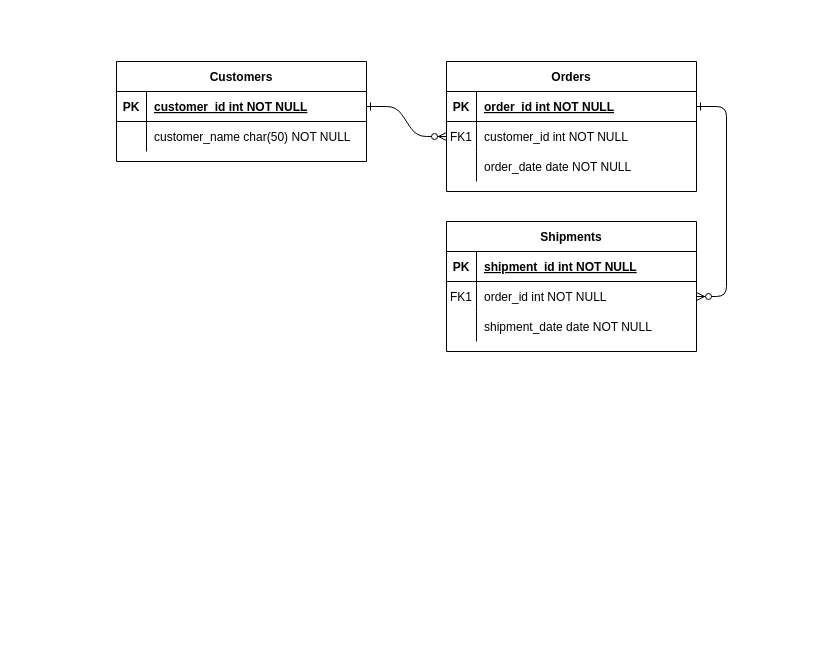
Earlier version of the draw.io diagram Diagrama sem nome.drawio (giubarbieriquagliano/sistemas-operacionais). Source tidied: cells renumbered, new cells numbered last; positions are measured from the earlier drawing's top-left corner, leaving out a move shared by most shapes. Both pictures are drawn from the tidied source at 100%, with x=0, y=0 at pixel (116, 61).
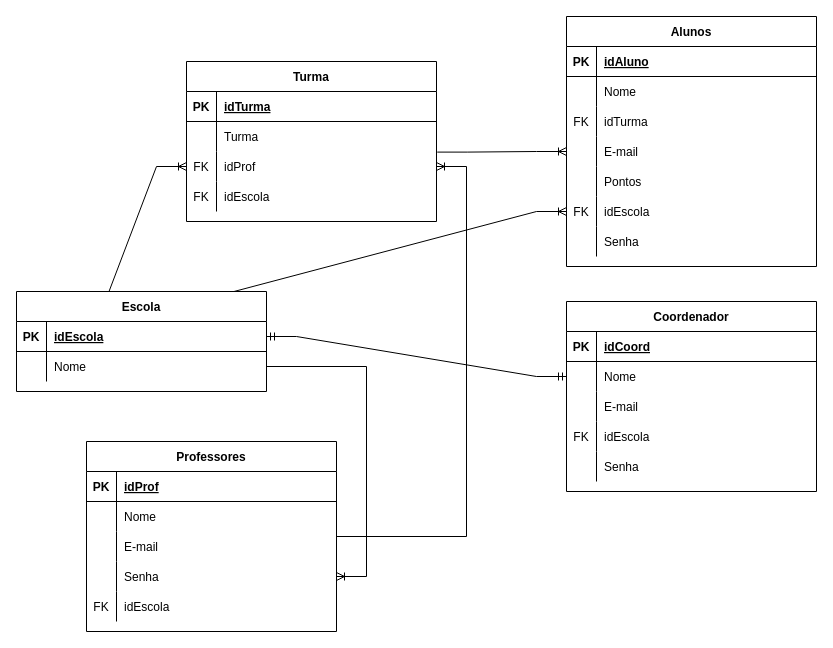
After the change.

Unchanged cells that the change refers to:
```xml
<mxCell id="5" style="shape=partialRectangle;fillColor=none;points=[[0,0.5],[1,0.5]];portConstraint=eastwest;top=0;left=0;right=0;bottom=1;" parent="4" vertex="1">
  <mxGeometry y="30" width="250" height="30" as="geometry" />
</mxCell>
<mxCell id="8" style="shape=partialRectangle;fillColor=none;points=[[0,0.5],[1,0.5]];portConstraint=eastwest;top=0;left=0;right=0;bottom=0;" parent="4" vertex="1">
  <mxGeometry y="60" width="250" height="30" as="geometry" />
</mxCell>
<mxCell id="11" style="shape=partialRectangle;fillColor=none;top=0;left=0;right=0;bottom=0;" parent="4" vertex="1">
  <mxGeometry y="90" width="250" height="30" as="geometry" />
</mxCell>
<mxCell id="15" style="shape=partialRectangle;fillColor=none;top=0;left=0;right=0;bottom=1;" parent="14" vertex="1">
  <mxGeometry y="30" width="250" height="30" as="geometry" />
</mxCell>
<mxCell id="18" style="shape=partialRectangle;fillColor=none;points=[[0,0.5],[1,0.5]];portConstraint=eastwest;top=0;left=0;right=0;bottom=0;" parent="14" vertex="1">
  <mxGeometry y="60" width="250" height="30" as="geometry" />
</mxCell>
<mxCell id="25" style="shape=partialRectangle;fillColor=none;points=[[0,0.5],[1,0.5]];portConstraint=eastwest;top=0;left=0;right=0;bottom=1;" parent="24" vertex="1">
  <mxGeometry y="30" width="250" height="30" as="geometry" />
</mxCell>
<mxCell id="28" style="shape=partialRectangle;fillColor=none;top=0;left=0;right=0;bottom=0;" parent="24" vertex="1">
  <mxGeometry y="60" width="250" height="30" as="geometry" />
</mxCell>
```

Change to the diagram source:
```diff
@@
-    <mxCell id="2" style="edgeStyle=entityRelationEdgeStyle;endArrow=ERzeroToMany;startArrow=ERone;endFill=1;startFill=0;" parent="1" edge="1" source="25" target="8">
-      <mxGeometry relative="1" as="geometry" />
-    </mxCell>
-    <mxCell id="3" style="edgeStyle=entityRelationEdgeStyle;endArrow=ERzeroToMany;startArrow=ERone;endFill=1;startFill=0;" parent="1" edge="1" source="5" target="18">
-      <mxGeometry relative="1" as="geometry" />
-    </mxCell>
-    <mxCell id="4" value="Orders" style="shape=table;startSize=30;childLayout=tableLayout;rowLines=0;fontStyle=1;align=center;" parent="1" vertex="1">
-      <mxGeometry x="330" width="250" height="130" as="geometry" />
+    <mxCell id="4" value="Alunos" style="shape=table;startSize=30;childLayout=tableLayout;rowLines=0;fontStyle=1;align=center;" parent="1" vertex="1">
+      <mxGeometry x="450" y="-45" width="250" height="250" as="geometry" />
     </mxCell>
@@
-    <mxCell id="7" value="order_id int NOT NULL " style="shape=partialRectangle;overflow=hidden;fillColor=none;top=0;left=0;bottom=0;right=0;align=left;spacingLeft=6;fontStyle=5;" parent="5" vertex="1">
+    <mxCell id="7" value="idAluno" style="shape=partialRectangle;overflow=hidden;fillColor=none;top=0;left=0;bottom=0;right=0;align=left;spacingLeft=6;fontStyle=5;" parent="5" vertex="1">
       <mxGeometry x="30" width="220" height="30" as="geometry" />
     </mxCell>
@@
-    <mxCell id="9" value="FK1" style="shape=partialRectangle;overflow=hidden;fillColor=none;top=0;left=0;bottom=0;right=0;" parent="8" vertex="1">
+    <mxCell id="9" style="shape=partialRectangle;overflow=hidden;fillColor=none;top=0;left=0;bottom=0;right=0;" parent="8" vertex="1">
       <mxGeometry width="30" height="30" as="geometry" />
     </mxCell>
-    <mxCell id="10" value="customer_id int NOT NULL" style="shape=partialRectangle;overflow=hidden;fillColor=none;top=0;left=0;bottom=0;right=0;align=left;spacingLeft=6;" parent="8" vertex="1">
+    <mxCell id="10" value="Nome" style="shape=partialRectangle;overflow=hidden;fillColor=none;top=0;left=0;bottom=0;right=0;align=left;spacingLeft=6;" parent="8" vertex="1">
       <mxGeometry x="30" width="220" height="30" as="geometry" />
     </mxCell>
@@
-    <mxCell id="12" style="shape=partialRectangle;overflow=hidden;fillColor=none;top=0;left=0;bottom=0;right=0;" parent="11" vertex="1">
+    <mxCell id="12" value="FK" style="shape=partialRectangle;overflow=hidden;fillColor=none;top=0;left=0;bottom=0;right=0;" parent="11" vertex="1">
       <mxGeometry width="30" height="30" as="geometry" />
     </mxCell>
-    <mxCell id="13" value="order_date date NOT NULL" style="shape=partialRectangle;overflow=hidden;fillColor=none;top=0;left=0;bottom=0;right=0;align=left;spacingLeft=6;" parent="11" vertex="1">
+    <mxCell id="13" value="idTurma" style="shape=partialRectangle;overflow=hidden;fillColor=none;top=0;left=0;bottom=0;right=0;align=left;spacingLeft=6;" parent="11" vertex="1">
       <mxGeometry x="30" width="220" height="30" as="geometry" />
     </mxCell>
+    <mxCell id="31" style="shape=partialRectangle;fillColor=none;points=[[0,0.5],[1,0.5]];portConstraint=eastwest;top=0;left=0;right=0;bottom=0;" parent="4" vertex="1">
+      <mxGeometry y="120" width="250" height="30" as="geometry" />
+    </mxCell>
+    <mxCell id="32" style="shape=partialRectangle;overflow=hidden;fillColor=none;top=0;left=0;bottom=0;right=0;" parent="31" vertex="1">
+      <mxGeometry width="30" height="30" as="geometry" />
+    </mxCell>
+    <mxCell id="33" value="E-mail" style="shape=partialRectangle;overflow=hidden;fillColor=none;top=0;left=0;bottom=0;right=0;align=left;spacingLeft=6;" parent="31" vertex="1">
+      <mxGeometry x="30" width="220" height="30" as="geometry" />
+    </mxCell>
+    <mxCell id="34" style="shape=partialRectangle;fillColor=none;top=0;left=0;right=0;bottom=0;" parent="4" vertex="1">
+      <mxGeometry y="150" width="250" height="30" as="geometry" />
+    </mxCell>
+    <mxCell id="35" style="shape=partialRectangle;overflow=hidden;fillColor=none;top=0;left=0;bottom=0;right=0;" parent="34" vertex="1">
+      <mxGeometry width="30" height="30" as="geometry" />
+    </mxCell>
+    <mxCell id="36" value="Pontos" style="shape=partialRectangle;overflow=hidden;fillColor=none;top=0;left=0;bottom=0;right=0;align=left;spacingLeft=6;" parent="34" vertex="1">
+      <mxGeometry x="30" width="220" height="30" as="geometry" />
+    </mxCell>
+    <mxCell id="37" style="shape=partialRectangle;fillColor=none;points=[[0,0.5],[1,0.5]];portConstraint=eastwest;top=0;left=0;right=0;bottom=0;" parent="4" vertex="1">
+      <mxGeometry y="180" width="250" height="30" as="geometry" />
+    </mxCell>
+    <mxCell id="38" value="FK" style="shape=partialRectangle;overflow=hidden;fillColor=none;top=0;left=0;bottom=0;right=0;" parent="37" vertex="1">
+      <mxGeometry width="30" height="30" as="geometry" />
+    </mxCell>
+    <mxCell id="39" value="idEscola" style="shape=partialRectangle;overflow=hidden;fillColor=none;top=0;left=0;bottom=0;right=0;align=left;spacingLeft=6;" parent="37" vertex="1">
+      <mxGeometry x="30" width="220" height="30" as="geometry" />
+    </mxCell>
+    <mxCell id="40" style="shape=partialRectangle;fillColor=none;top=0;left=0;right=0;bottom=0;" parent="4" vertex="1">
+      <mxGeometry y="210" width="250" height="30" as="geometry" />
+    </mxCell>
+    <mxCell id="41" style="shape=partialRectangle;overflow=hidden;fillColor=none;top=0;left=0;bottom=0;right=0;" parent="40" vertex="1">
+      <mxGeometry width="30" height="30" as="geometry" />
+    </mxCell>
+    <mxCell id="42" value="Senha" style="shape=partialRectangle;overflow=hidden;fillColor=none;top=0;left=0;bottom=0;right=0;align=left;spacingLeft=6;" parent="40" vertex="1">
+      <mxGeometry x="30" width="220" height="30" as="geometry" />
+    </mxCell>
-    <mxCell id="14" value="Shipments" style="shape=table;startSize=30;childLayout=tableLayout;rowLines=0;fontStyle=1;align=center;" parent="1" vertex="1">
-      <mxGeometry x="330" y="160" width="250" height="130" as="geometry" />
+    <mxCell id="14" value="Professores" style="shape=table;startSize=30;childLayout=tableLayout;rowLines=0;fontStyle=1;align=center;" parent="1" vertex="1">
+      <mxGeometry x="-30" y="380" width="250" height="190" as="geometry" />
     </mxCell>
@@
-    <mxCell id="17" value="shipment_id int NOT NULL " style="shape=partialRectangle;overflow=hidden;fillColor=none;top=0;left=0;bottom=0;right=0;align=left;spacingLeft=6;fontStyle=5;" parent="15" vertex="1">
+    <mxCell id="17" value="idProf" style="shape=partialRectangle;overflow=hidden;fillColor=none;top=0;left=0;bottom=0;right=0;align=left;spacingLeft=6;fontStyle=5;" parent="15" vertex="1">
       <mxGeometry x="30" width="220" height="30" as="geometry" />
     </mxCell>
@@
-    <mxCell id="19" value="FK1" style="shape=partialRectangle;overflow=hidden;fillColor=none;top=0;left=0;bottom=0;right=0;" parent="18" vertex="1">
+    <mxCell id="19" style="shape=partialRectangle;overflow=hidden;fillColor=none;top=0;left=0;bottom=0;right=0;" parent="18" vertex="1">
       <mxGeometry width="30" height="30" as="geometry" />
     </mxCell>
-    <mxCell id="20" value="order_id int NOT NULL" style="shape=partialRectangle;overflow=hidden;fillColor=none;top=0;left=0;bottom=0;right=0;align=left;spacingLeft=6;" parent="18" vertex="1">
+    <mxCell id="20" value="Nome" style="shape=partialRectangle;overflow=hidden;fillColor=none;top=0;left=0;bottom=0;right=0;align=left;spacingLeft=6;" parent="18" vertex="1">
       <mxGeometry x="30" width="220" height="30" as="geometry" />
     </mxCell>
-    <mxCell id="21" style="shape=partialRectangle;fillColor=none;top=0;left=0;right=0;bottom=0;" parent="14" vertex="1">
-      <mxGeometry y="90" width="250" height="30" as="geometry" />
-    </mxCell>
-    <mxCell id="22" style="shape=partialRectangle;overflow=hidden;fillColor=none;top=0;left=0;bottom=0;right=0;" parent="21" vertex="1">
-      <mxGeometry width="30" height="30" as="geometry" />
-    </mxCell>
-    <mxCell id="23" value="shipment_date date NOT NULL" style="shape=partialRectangle;overflow=hidden;fillColor=none;top=0;left=0;bottom=0;right=0;align=left;spacingLeft=6;" parent="21" vertex="1">
-      <mxGeometry x="30" width="220" height="30" as="geometry" />
-    </mxCell>
+    <mxCell id="43" style="shape=partialRectangle;fillColor=none;top=0;left=0;right=0;bottom=0;" parent="14" vertex="1">
+      <mxGeometry y="90" width="250" height="30" as="geometry" />
+    </mxCell>
+    <mxCell id="44" style="shape=partialRectangle;overflow=hidden;fillColor=none;top=0;left=0;bottom=0;right=0;" parent="43" vertex="1">
+      <mxGeometry width="30" height="30" as="geometry" />
+    </mxCell>
+    <mxCell id="45" value="E-mail" style="shape=partialRectangle;overflow=hidden;fillColor=none;top=0;left=0;bottom=0;right=0;align=left;spacingLeft=6;" parent="43" vertex="1">
+      <mxGeometry x="30" width="220" height="30" as="geometry" />
+    </mxCell>
+    <mxCell id="46" style="shape=partialRectangle;fillColor=none;points=[[0,0.5],[1,0.5]];portConstraint=eastwest;top=0;left=0;right=0;bottom=0;" parent="14" vertex="1">
+      <mxGeometry y="120" width="250" height="30" as="geometry" />
+    </mxCell>
+    <mxCell id="47" style="shape=partialRectangle;overflow=hidden;fillColor=none;top=0;left=0;bottom=0;right=0;" parent="46" vertex="1">
+      <mxGeometry width="30" height="30" as="geometry" />
+    </mxCell>
+    <mxCell id="48" value="Senha" style="shape=partialRectangle;overflow=hidden;fillColor=none;top=0;left=0;bottom=0;right=0;align=left;spacingLeft=6;" parent="46" vertex="1">
+      <mxGeometry x="30" width="220" height="30" as="geometry" />
+    </mxCell>
+    <mxCell id="49" style="shape=partialRectangle;fillColor=none;top=0;left=0;right=0;bottom=0;" parent="14" vertex="1">
+      <mxGeometry y="150" width="250" height="30" as="geometry" />
+    </mxCell>
+    <mxCell id="50" value="FK" style="shape=partialRectangle;overflow=hidden;fillColor=none;top=0;left=0;bottom=0;right=0;" parent="49" vertex="1">
+      <mxGeometry width="30" height="30" as="geometry" />
+    </mxCell>
+    <mxCell id="51" value="idEscola" style="shape=partialRectangle;overflow=hidden;fillColor=none;top=0;left=0;bottom=0;right=0;align=left;spacingLeft=6;" parent="49" vertex="1">
+      <mxGeometry x="30" width="220" height="30" as="geometry" />
+    </mxCell>
-    <mxCell id="24" value="Customers" style="shape=table;startSize=30;childLayout=tableLayout;rowLines=0;fontStyle=1;align=center;" parent="1" vertex="1">
-      <mxGeometry width="250" height="100" as="geometry" />
+    <mxCell id="24" value="Turma" style="shape=table;startSize=30;childLayout=tableLayout;rowLines=0;fontStyle=1;align=center;" parent="1" vertex="1">
+      <mxGeometry x="70" width="250" height="160" as="geometry" />
     </mxCell>
@@
-    <mxCell id="27" value="customer_id int NOT NULL " style="shape=partialRectangle;overflow=hidden;fillColor=none;top=0;left=0;bottom=0;right=0;align=left;spacingLeft=6;fontStyle=5;" parent="25" vertex="1">
+    <mxCell id="27" value="idTurma" style="shape=partialRectangle;overflow=hidden;fillColor=none;top=0;left=0;bottom=0;right=0;align=left;spacingLeft=6;fontStyle=5;" parent="25" vertex="1">
       <mxGeometry x="30" width="220" height="30" as="geometry" />
     </mxCell>
@@
-    <mxCell id="30" value="customer_name char(50) NOT NULL" style="shape=partialRectangle;overflow=hidden;fillColor=none;top=0;left=0;bottom=0;right=0;align=left;spacingLeft=6;" parent="28" vertex="1">
+    <mxCell id="30" value="Turma" style="shape=partialRectangle;overflow=hidden;fillColor=none;top=0;left=0;bottom=0;right=0;align=left;spacingLeft=6;" parent="28" vertex="1">
       <mxGeometry x="30" width="220" height="30" as="geometry" />
     </mxCell>
+    <mxCell id="52" style="shape=partialRectangle;fillColor=none;points=[[0,0.5],[1,0.5]];portConstraint=eastwest;top=0;left=0;right=0;bottom=0;" parent="24" vertex="1">
+      <mxGeometry y="90" width="250" height="30" as="geometry" />
+    </mxCell>
+    <mxCell id="53" value="FK" style="shape=partialRectangle;overflow=hidden;fillColor=none;top=0;left=0;bottom=0;right=0;" parent="52" vertex="1">
+      <mxGeometry width="30" height="30" as="geometry" />
+    </mxCell>
+    <mxCell id="54" value="idProf" style="shape=partialRectangle;overflow=hidden;fillColor=none;top=0;left=0;bottom=0;right=0;align=left;spacingLeft=6;" parent="52" vertex="1">
+      <mxGeometry x="30" width="220" height="30" as="geometry" />
+    </mxCell>
+    <mxCell id="55" style="shape=partialRectangle;fillColor=none;top=0;left=0;right=0;bottom=0;" parent="24" vertex="1">
+      <mxGeometry y="120" width="250" height="30" as="geometry" />
+    </mxCell>
+    <mxCell id="56" value="FK" style="shape=partialRectangle;overflow=hidden;fillColor=none;top=0;left=0;bottom=0;right=0;" parent="55" vertex="1">
+      <mxGeometry width="30" height="30" as="geometry" />
+    </mxCell>
+    <mxCell id="57" value="idEscola" style="shape=partialRectangle;overflow=hidden;fillColor=none;top=0;left=0;bottom=0;right=0;align=left;spacingLeft=6;" parent="55" vertex="1">
+      <mxGeometry x="30" width="220" height="30" as="geometry" />
+    </mxCell>
+    <mxCell id="58" value="Coordenador" style="shape=table;startSize=30;childLayout=tableLayout;rowLines=0;fontStyle=1;align=center;" parent="1" vertex="1">
+      <mxGeometry x="450" y="240" width="250" height="190" as="geometry" />
+    </mxCell>
+    <mxCell id="59" style="shape=partialRectangle;fillColor=none;top=0;left=0;right=0;bottom=1;" parent="58" vertex="1">
+      <mxGeometry y="30" width="250" height="30" as="geometry" />
+    </mxCell>
+    <mxCell id="60" value="PK" style="shape=partialRectangle;overflow=hidden;fillColor=none;top=0;left=0;bottom=0;right=0;fontStyle=1;" parent="59" vertex="1">
+      <mxGeometry width="30" height="30" as="geometry" />
+    </mxCell>
+    <mxCell id="61" value="idCoord" style="shape=partialRectangle;overflow=hidden;fillColor=none;top=0;left=0;bottom=0;right=0;align=left;spacingLeft=6;fontStyle=5;" parent="59" vertex="1">
+      <mxGeometry x="30" width="220" height="30" as="geometry" />
+    </mxCell>
+    <mxCell id="62" style="shape=partialRectangle;fillColor=none;points=[[0,0.5],[1,0.5]];portConstraint=eastwest;top=0;left=0;right=0;bottom=0;" parent="58" vertex="1">
+      <mxGeometry y="60" width="250" height="30" as="geometry" />
+    </mxCell>
+    <mxCell id="63" style="shape=partialRectangle;overflow=hidden;fillColor=none;top=0;left=0;bottom=0;right=0;" parent="62" vertex="1">
+      <mxGeometry width="30" height="30" as="geometry" />
+    </mxCell>
+    <mxCell id="64" value="Nome" style="shape=partialRectangle;overflow=hidden;fillColor=none;top=0;left=0;bottom=0;right=0;align=left;spacingLeft=6;" parent="62" vertex="1">
+      <mxGeometry x="30" width="220" height="30" as="geometry" />
+    </mxCell>
+    <mxCell id="65" style="shape=partialRectangle;fillColor=none;top=0;left=0;right=0;bottom=0;" parent="58" vertex="1">
+      <mxGeometry y="90" width="250" height="30" as="geometry" />
+    </mxCell>
+    <mxCell id="66" style="shape=partialRectangle;overflow=hidden;fillColor=none;top=0;left=0;bottom=0;right=0;" parent="65" vertex="1">
+      <mxGeometry width="30" height="30" as="geometry" />
+    </mxCell>
+    <mxCell id="67" value="E-mail" style="shape=partialRectangle;overflow=hidden;fillColor=none;top=0;left=0;bottom=0;right=0;align=left;spacingLeft=6;" parent="65" vertex="1">
+      <mxGeometry x="30" width="220" height="30" as="geometry" />
+    </mxCell>
+    <mxCell id="68" style="shape=partialRectangle;fillColor=none;top=0;left=0;right=0;bottom=0;" parent="58" vertex="1">
+      <mxGeometry y="120" width="250" height="30" as="geometry" />
+    </mxCell>
+    <mxCell id="69" value="FK" style="shape=partialRectangle;overflow=hidden;fillColor=none;top=0;left=0;bottom=0;right=0;" parent="68" vertex="1">
+      <mxGeometry width="30" height="30" as="geometry" />
+    </mxCell>
+    <mxCell id="70" value="idEscola" style="shape=partialRectangle;overflow=hidden;fillColor=none;top=0;left=0;bottom=0;right=0;align=left;spacingLeft=6;" parent="68" vertex="1">
+      <mxGeometry x="30" width="220" height="30" as="geometry" />
+    </mxCell>
+    <mxCell id="71" style="shape=partialRectangle;fillColor=none;top=0;left=0;right=0;bottom=0;" parent="58" vertex="1">
+      <mxGeometry y="150" width="250" height="30" as="geometry" />
+    </mxCell>
+    <mxCell id="72" style="shape=partialRectangle;overflow=hidden;fillColor=none;top=0;left=0;bottom=0;right=0;" parent="71" vertex="1">
+      <mxGeometry width="30" height="30" as="geometry" />
+    </mxCell>
+    <mxCell id="73" value="Senha" style="shape=partialRectangle;overflow=hidden;fillColor=none;top=0;left=0;bottom=0;right=0;align=left;spacingLeft=6;" parent="71" vertex="1">
+      <mxGeometry x="30" width="220" height="30" as="geometry" />
+    </mxCell>
+    <mxCell id="74" value="Escola" style="shape=table;startSize=30;childLayout=tableLayout;rowLines=0;fontStyle=1;align=center;" parent="1" vertex="1">
+      <mxGeometry x="-100" y="230" width="250" height="100" as="geometry" />
+    </mxCell>
+    <mxCell id="75" style="shape=partialRectangle;fillColor=none;points=[[0,0.5],[1,0.5]];portConstraint=eastwest;top=0;left=0;right=0;bottom=1;" parent="74" vertex="1">
+      <mxGeometry y="30" width="250" height="30" as="geometry" />
+    </mxCell>
+    <mxCell id="76" value="PK" style="shape=partialRectangle;overflow=hidden;fillColor=none;top=0;left=0;bottom=0;right=0;fontStyle=1;" parent="75" vertex="1">
+      <mxGeometry width="30" height="30" as="geometry" />
+    </mxCell>
+    <mxCell id="77" value="idEscola" style="shape=partialRectangle;overflow=hidden;fillColor=none;top=0;left=0;bottom=0;right=0;align=left;spacingLeft=6;fontStyle=5;" parent="75" vertex="1">
+      <mxGeometry x="30" width="220" height="30" as="geometry" />
+    </mxCell>
+    <mxCell id="78" style="shape=partialRectangle;fillColor=none;points=[[0,0.5],[1,0.5]];portConstraint=eastwest;top=0;left=0;right=0;bottom=0;" parent="74" vertex="1">
+      <mxGeometry y="60" width="250" height="30" as="geometry" />
+    </mxCell>
+    <mxCell id="79" style="shape=partialRectangle;overflow=hidden;fillColor=none;top=0;left=0;bottom=0;right=0;" parent="78" vertex="1">
+      <mxGeometry width="30" height="30" as="geometry" />
+    </mxCell>
+    <mxCell id="80" value="Nome" style="shape=partialRectangle;overflow=hidden;fillColor=none;top=0;left=0;bottom=0;right=0;align=left;spacingLeft=6;" parent="78" vertex="1">
+      <mxGeometry x="30" width="220" height="30" as="geometry" />
+    </mxCell>
+    <mxCell id="81" style="edgeStyle=entityRelationEdgeStyle;fontSize=12;html=1;endArrow=ERoneToMany;rounded=0;exitX=1.003;exitY=0.02;exitDx=0;exitDy=0;exitPerimeter=0;entryX=0;entryY=0.5;entryDx=0;entryDy=0;" parent="1" edge="1" source="52" target="31">
+      <mxGeometry relative="1" as="geometry" />
+    </mxCell>
+    <mxCell id="82" style="edgeStyle=entityRelationEdgeStyle;fontSize=12;html=1;endArrow=ERoneToMany;rounded=0;entryX=0;entryY=0.5;entryDx=0;entryDy=0;exitX=0.25;exitY=0;exitDx=0;exitDy=0;" parent="1" edge="1" source="74" target="52">
+      <mxGeometry relative="1" as="geometry" />
+    </mxCell>
+    <mxCell id="83" style="edgeStyle=entityRelationEdgeStyle;fontSize=12;html=1;endArrow=ERmandOne;startArrow=ERmandOne;rounded=0;entryX=0;entryY=0.5;entryDx=0;entryDy=0;exitX=1;exitY=0.5;exitDx=0;exitDy=0;" parent="1" edge="1" source="75" target="62">
+      <mxGeometry relative="1" as="geometry" />
+    </mxCell>
+    <mxCell id="84" style="edgeStyle=entityRelationEdgeStyle;fontSize=12;html=1;endArrow=ERoneToMany;rounded=0;exitX=0.75;exitY=0;exitDx=0;exitDy=0;entryX=0;entryY=0.5;entryDx=0;entryDy=0;" parent="1" edge="1" source="74" target="37">
+      <mxGeometry relative="1" as="geometry" />
+    </mxCell>
+    <mxCell id="85" style="edgeStyle=entityRelationEdgeStyle;fontSize=12;html=1;endArrow=ERoneToMany;rounded=0;" parent="1" edge="1" source="14" target="52">
+      <mxGeometry relative="1" as="geometry" />
+    </mxCell>
+    <mxCell id="86" style="edgeStyle=entityRelationEdgeStyle;fontSize=12;html=1;endArrow=ERoneToMany;rounded=0;exitX=1;exitY=0.5;exitDx=0;exitDy=0;" parent="1" edge="1" source="78" target="46">
+      <mxGeometry relative="1" as="geometry" />
+    </mxCell>
```
